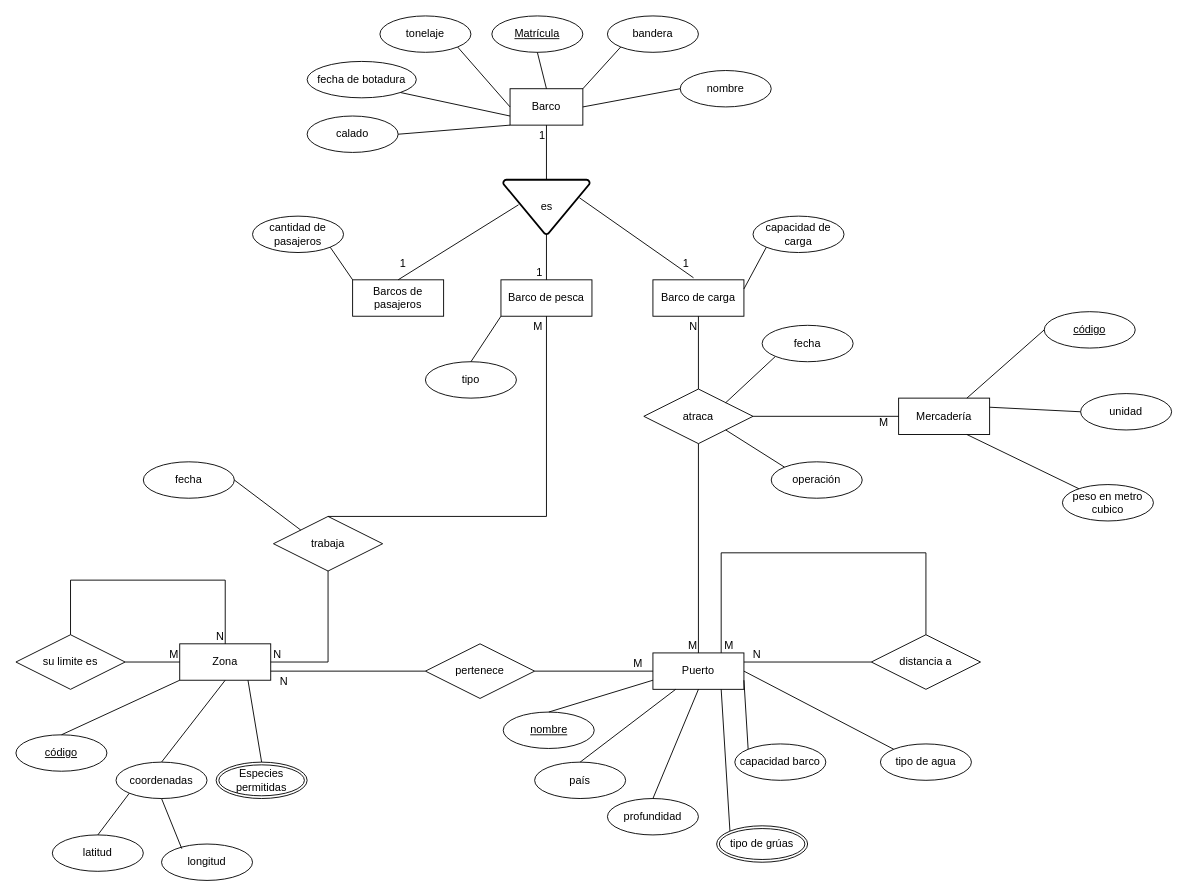
This is Diagrama sin título.drawio from JahirFz/Mapas, a draw.io file, before an edit. Source tidied: cells renumbered, new cells numbered last; positions are measured from the earlier drawing's top-left corner, leaving out a move shared by most shapes. Both pictures are drawn from the tidied source at 91%, with x=0, y=0 at pixel (15, 15).
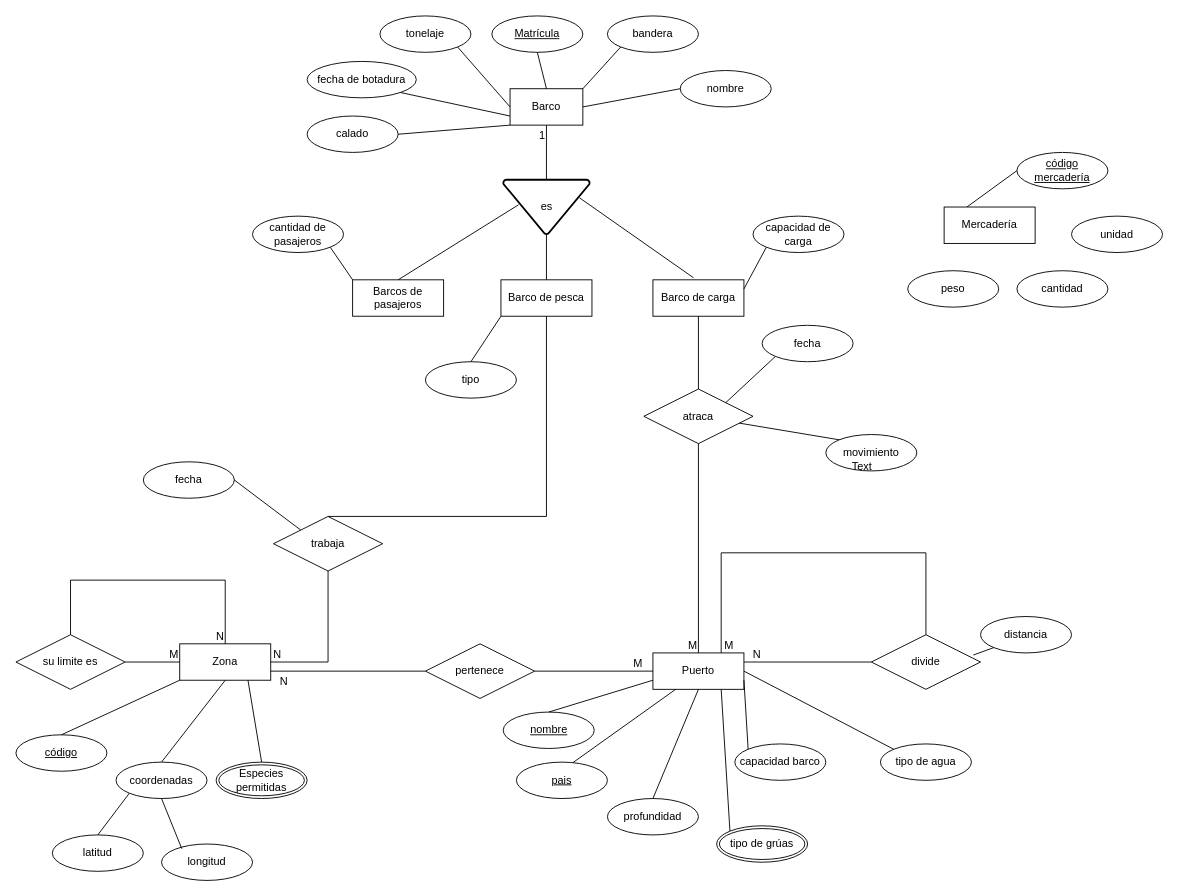
The same page after the edit.

The change refers to these unchanged cells:
```xml
<mxCell id="31" value="Puerto" style="whiteSpace=wrap;html=1;align=center;" parent="1" vertex="1">
  <mxGeometry x="700" y="700" width="100" height="40" as="geometry" />
</mxCell>
<mxCell id="45" style="endArrow=none;html=1;rounded=0;entryX=0.5;entryY=0;entryDx=0;entryDy=0;exitX=0.177;exitY=0.459;exitDx=0;exitDy=0;exitPerimeter=0;" parent="1" edge="1" source="14" target="15">
  <mxGeometry relative="1" as="geometry" />
</mxCell>
<mxCell id="47" style="endArrow=none;html=1;rounded=0;entryX=0.446;entryY=-0.057;entryDx=0;entryDy=0;exitX=0.882;exitY=0.331;exitDx=0;exitDy=0;exitPerimeter=0;entryPerimeter=0;" parent="1" edge="1" source="14" target="17">
  <mxGeometry relative="1" as="geometry" />
</mxCell>
<mxCell id="49" style="endArrow=none;html=1;rounded=0;entryX=0.5;entryY=0;entryDx=0;entryDy=0;exitX=0.5;exitY=1;exitDx=0;exitDy=0;exitPerimeter=0;" parent="1" edge="1" source="14" target="16">
  <mxGeometry relative="1" as="geometry" />
</mxCell>
<mxCell id="52" style="endArrow=none;html=1;rounded=0;entryX=0.5;entryY=1;entryDx=0;entryDy=0;exitX=0.5;exitY=0;exitDx=0;exitDy=0;" parent="1" edge="1" source="51" target="16">
  <mxGeometry relative="1" as="geometry">
    <Array as="points">
      <mxPoint x="583" y="550" />
    </Array>
  </mxGeometry>
</mxCell>
<mxCell id="61" value="atraca" style="shape=rhombus;perimeter=rhombusPerimeter;whiteSpace=wrap;html=1;align=center;" parent="1" vertex="1">
  <mxGeometry x="690" y="410" width="120" height="60" as="geometry" />
</mxCell>
<mxCell id="62" style="endArrow=none;html=1;rounded=0;entryX=0.5;entryY=1;entryDx=0;entryDy=0;exitX=0.5;exitY=0;exitDx=0;exitDy=0;" parent="1" edge="1" source="61" target="17">
  <mxGeometry relative="1" as="geometry" />
</mxCell>
```

Change to the diagram source:
```diff
@@
-    <mxCell id="33" value="país" style="ellipse;whiteSpace=wrap;html=1;align=center;" parent="1" vertex="1">
-      <mxGeometry x="570" y="820" width="100" height="40" as="geometry" />
-    </mxCell>
@@
-    <mxCell id="38" style="endArrow=none;html=1;rounded=0;entryX=0.25;entryY=1;entryDx=0;entryDy=0;exitX=0.5;exitY=0;exitDx=0;exitDy=0;" parent="1" edge="1" source="33" target="31">
+    <mxCell id="38" style="endArrow=none;html=1;rounded=0;entryX=0.25;entryY=1;entryDx=0;entryDy=0;exitX=0.621;exitY=0.014;exitDx=0;exitDy=0;exitPerimeter=0;" parent="1" edge="1" source="97" target="31">
       <mxGeometry relative="1" as="geometry" />
     </mxCell>
@@
-    <mxCell id="46" value="1" style="html=1;whiteSpace=wrap;align=right;verticalAlign=bottom;" parent="45" vertex="1">
-      <mxGeometry x="1" relative="1" as="geometry">
-        <mxPoint x="10" y="-10" as="offset" />
-      </mxGeometry>
-    </mxCell>
@@
-    <mxCell id="48" value="1" style="html=1;whiteSpace=wrap;align=right;verticalAlign=bottom;" parent="47" vertex="1">
-      <mxGeometry x="1" relative="1" as="geometry">
-        <mxPoint x="-4" y="-8" as="offset" />
-      </mxGeometry>
-    </mxCell>
@@
-    <mxCell id="50" value="1" style="html=1;whiteSpace=wrap;align=right;verticalAlign=bottom;" parent="49" vertex="1">
-      <mxGeometry x="1" relative="1" as="geometry">
-        <mxPoint x="-3" as="offset" />
-      </mxGeometry>
-    </mxCell>
@@
-    <mxCell id="53" value="M" style="html=1;whiteSpace=wrap;align=right;verticalAlign=bottom;" parent="52" vertex="1">
-      <mxGeometry x="1" relative="1" as="geometry">
-        <mxPoint x="-3" y="20" as="offset" />
-      </mxGeometry>
-    </mxCell>
@@
-    <mxCell id="63" value="N" style="html=1;whiteSpace=wrap;align=right;verticalAlign=bottom;" parent="62" vertex="1">
-      <mxGeometry x="1" relative="1" as="geometry">
-        <mxPoint y="20" as="offset" />
-      </mxGeometry>
-    </mxCell>
@@
-    <mxCell id="68" value="Mercadería" style="whiteSpace=wrap;html=1;align=center;" parent="1" vertex="1">
-      <mxGeometry x="970" y="420" width="100" height="40" as="geometry" />
-    </mxCell>
-    <mxCell id="69" value="código" style="ellipse;whiteSpace=wrap;html=1;align=center;fontStyle=4;" parent="1" vertex="1">
-      <mxGeometry x="1130" y="325" width="100" height="40" as="geometry" />
+    <mxCell id="69" value="código mercadería" style="ellipse;whiteSpace=wrap;html=1;align=center;fontStyle=4;" parent="1" vertex="1">
+      <mxGeometry x="1100" y="150" width="100" height="40" as="geometry" />
     </mxCell>
-    <mxCell id="70" value="unidad" style="ellipse;whiteSpace=wrap;html=1;align=center;" parent="1" vertex="1">
-      <mxGeometry x="1170" y="415" width="100" height="40" as="geometry" />
-    </mxCell>
-    <mxCell id="71" value="peso en metro cubico" style="ellipse;whiteSpace=wrap;html=1;align=center;" parent="1" vertex="1">
-      <mxGeometry x="1150" y="515" width="100" height="40" as="geometry" />
-    </mxCell>
-    <mxCell id="72" style="endArrow=none;html=1;rounded=0;entryX=0;entryY=0.5;entryDx=0;entryDy=0;exitX=0.75;exitY=0;exitDx=0;exitDy=0;" parent="1" edge="1" source="68" target="69">
+    <mxCell id="72" style="endArrow=none;html=1;rounded=0;entryX=0;entryY=0.5;entryDx=0;entryDy=0;exitX=0.25;exitY=0;exitDx=0;exitDy=0;" parent="1" edge="1" source="68" target="69">
       <mxGeometry relative="1" as="geometry" />
     </mxCell>
-    <mxCell id="73" style="endArrow=none;html=1;rounded=0;entryX=0.75;entryY=1;entryDx=0;entryDy=0;" parent="1" edge="1" source="71" target="68">
-      <mxGeometry relative="1" as="geometry" />
-    </mxCell>
-    <mxCell id="74" style="endArrow=none;html=1;rounded=0;exitX=0;exitY=0.5;exitDx=0;exitDy=0;entryX=1;entryY=0.25;entryDx=0;entryDy=0;" parent="1" edge="1" source="70" target="68">
-      <mxGeometry relative="1" as="geometry" />
-    </mxCell>
@@
-    <mxCell id="82" value="operación" style="ellipse;whiteSpace=wrap;html=1;align=center;" parent="1" vertex="1">
-      <mxGeometry x="830" y="490" width="100" height="40" as="geometry" />
-    </mxCell>
-    <mxCell id="83" style="endArrow=none;html=1;rounded=0;exitX=1;exitY=1;exitDx=0;exitDy=0;entryX=0;entryY=0;entryDx=0;entryDy=0;" parent="1" edge="1" source="61" target="82">
+    <mxCell id="83" style="endArrow=none;html=1;rounded=0;entryX=1;entryY=0.5;entryDx=0;entryDy=0;" parent="1" edge="1" source="61" target="102">
       <mxGeometry relative="1" as="geometry" />
     </mxCell>
-    <mxCell id="84" value="distancia a" style="shape=rhombus;perimeter=rhombusPerimeter;whiteSpace=wrap;html=1;align=center;" parent="1" vertex="1">
+    <mxCell id="84" value="divide" style="shape=rhombus;perimeter=rhombusPerimeter;whiteSpace=wrap;html=1;align=center;" parent="1" vertex="1">
       <mxGeometry x="940" y="680" width="120" height="60" as="geometry" />
     </mxCell>
@@
-    <mxCell id="95" style="endArrow=none;html=1;rounded=0;entryX=0;entryY=0.5;entryDx=0;entryDy=0;exitX=1;exitY=0.5;exitDx=0;exitDy=0;" parent="1" edge="1" source="61" target="68">
-      <mxGeometry relative="1" as="geometry" />
-    </mxCell>
-    <mxCell id="96" value="M" style="html=1;whiteSpace=wrap;align=right;verticalAlign=bottom;" parent="1" vertex="1">
-      <mxGeometry x="960" y="455" as="geometry" />
-    </mxCell>
+    <mxCell id="68" value="Mercadería" style="whiteSpace=wrap;html=1;align=center;" parent="1" vertex="1">
+      <mxGeometry x="1020" y="210" width="100" height="40" as="geometry" />
+    </mxCell>
+    <mxCell id="97" value="pais" style="ellipse;whiteSpace=wrap;html=1;align=center;fontStyle=4;" parent="1" vertex="1">
+      <mxGeometry x="550" y="820" width="100" height="40" as="geometry" />
+    </mxCell>
+    <mxCell id="98" value="distancia" style="ellipse;whiteSpace=wrap;html=1;align=center;" parent="1" vertex="1">
+      <mxGeometry x="1060" y="660" width="100" height="40" as="geometry" />
+    </mxCell>
+    <mxCell id="99" style="endArrow=none;html=1;rounded=0;exitX=0;exitY=1;exitDx=0;exitDy=0;entryX=0.934;entryY=0.372;entryDx=0;entryDy=0;entryPerimeter=0;" parent="1" edge="1" source="98" target="84">
+      <mxGeometry relative="1" as="geometry" />
+    </mxCell>
+    <mxCell id="70" value="unidad" style="ellipse;whiteSpace=wrap;html=1;align=center;" parent="1" vertex="1">
+      <mxGeometry x="1160" y="220" width="100" height="40" as="geometry" />
+    </mxCell>
+    <mxCell id="100" value="cantidad" style="ellipse;whiteSpace=wrap;html=1;align=center;" parent="1" vertex="1">
+      <mxGeometry x="1100" y="280" width="100" height="40" as="geometry" />
+    </mxCell>
+    <mxCell id="101" value="peso" style="ellipse;whiteSpace=wrap;html=1;align=center;" parent="1" vertex="1">
+      <mxGeometry x="980" y="280" width="100" height="40" as="geometry" />
+    </mxCell>
+    <mxCell id="102" value="movimiento" style="ellipse;whiteSpace=wrap;html=1;align=center;" parent="1" vertex="1">
+      <mxGeometry x="890" y="460" width="100" height="40" as="geometry" />
+    </mxCell>
+    <mxCell id="103" value="Text" style="text;strokeColor=none;align=center;fillColor=none;html=1;verticalAlign=middle;whiteSpace=wrap;rounded=0;" parent="1" vertex="1">
+      <mxGeometry x="900" y="480" width="60" height="30" as="geometry" />
+    </mxCell>
```
